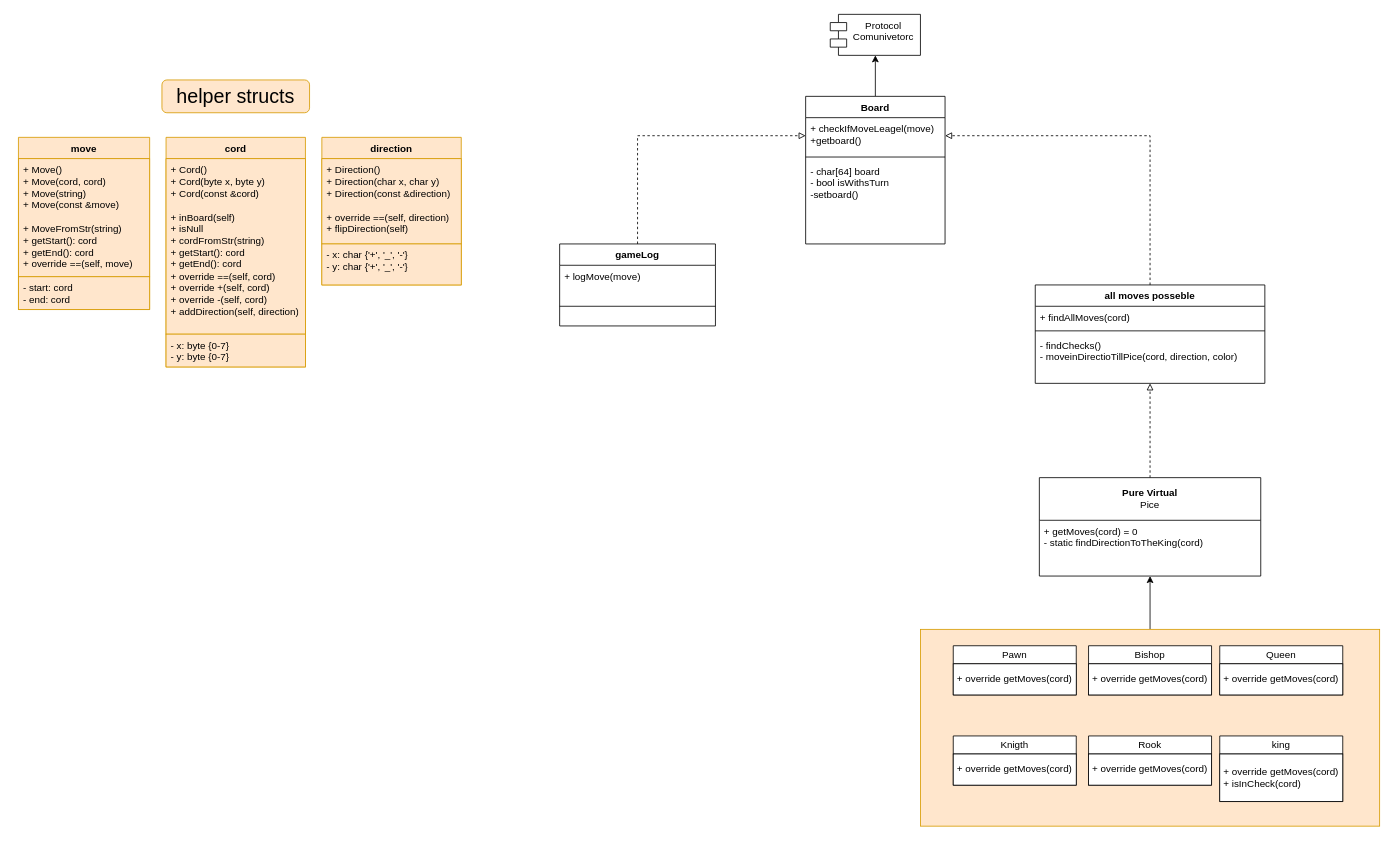
Before: Untitled Diagram.drawio in MikeMal13/MIkeMal13.Github.io, a draw.io diagram. Source tidied: cells renumbered, new cells numbered last; positions are measured from the earlier drawing's top-left corner, leaving out a move shared by most shapes. Both pictures are drawn from the tidied source at 82%, with x=0, y=0 at pixel (18, 14).
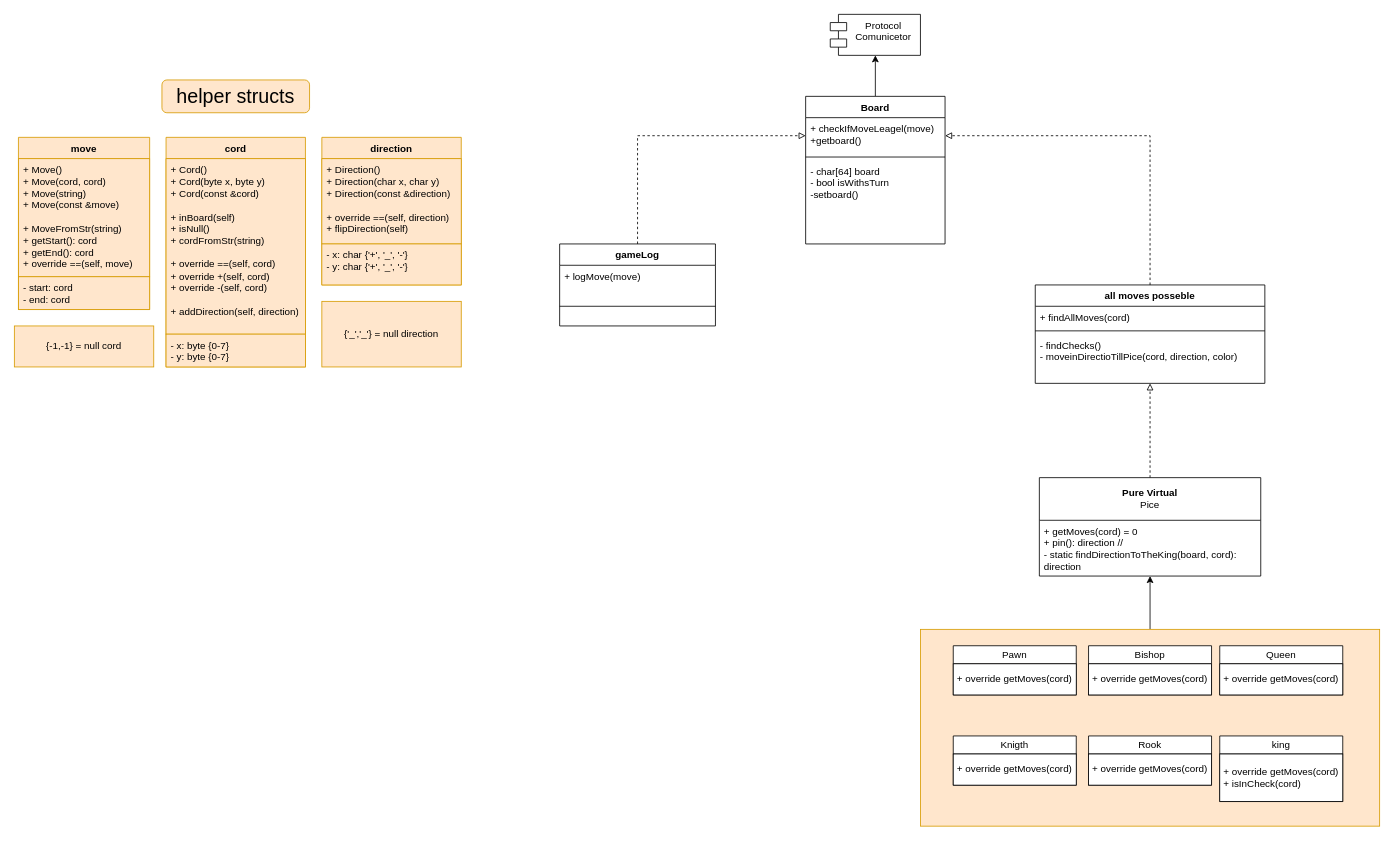
The same page after the edit.

Unchanged cells that the change refers to:
```xml
<mxCell id="15" value="&lt;b&gt;Pure&lt;/b&gt; &lt;b&gt;Virtual&lt;/b&gt;&lt;br&gt;Pice" style="swimlane;fontStyle=0;horizontal=1;startSize=52;fillColor=default;whiteSpace=wrap;html=1;swimlaneFillColor=default;" parent="1" vertex="1">
  <mxGeometry x="1245" y="565" width="270" height="120" as="geometry" />
</mxCell>
<mxCell id="33" value="cord" style="swimlane;fontStyle=1;align=center;verticalAlign=top;horizontal=1;startSize=26;whiteSpace=wrap;html=1;fillColor=#ffe6cc;strokeColor=#d79b00;" parent="1" vertex="1">
  <mxGeometry x="180" y="150" width="170" height="280" as="geometry" />
</mxCell>
```

What changed in the source:
```diff
@@
-    <mxCell id="16" value="&lt;div&gt;+ getMoves(cord) = 0&lt;/div&gt;&lt;div&gt;- static findDirectionToTheKing(cord)&lt;/div&gt;" style="text;strokeColor=none;fillColor=none;align=left;verticalAlign=top;spacingLeft=4;spacingRight=4;overflow=hidden;whiteSpace=wrap;html=1;" parent="15" vertex="1">
+    <mxCell id="16" value="&lt;div&gt;+ getMoves(cord) = 0&lt;/div&gt;&lt;div&gt;+ pin(): direction //  &lt;br&gt;&lt;/div&gt;&lt;div&gt;- static findDirectionToTheKing(board, cord): direction&lt;br&gt;&lt;/div&gt;" style="text;strokeColor=none;fillColor=none;align=left;verticalAlign=top;spacingLeft=4;spacingRight=4;overflow=hidden;whiteSpace=wrap;html=1;" parent="15" vertex="1">
       <mxGeometry y="52" width="270" height="68" as="geometry" />
     </mxCell>
@@
-    <mxCell id="34" value="&lt;div&gt;+ Cord()&lt;/div&gt;&lt;div&gt;+ Cord(byte x, byte y)&lt;/div&gt;&lt;div&gt;+ Cord(const &amp;amp;cord)&lt;br&gt;&lt;/div&gt;&lt;div&gt;&lt;br&gt;&lt;/div&gt;&lt;div&gt;+ inBoard(self)&lt;br&gt;&lt;/div&gt;&lt;div&gt;+ isNull&lt;br&gt;&lt;/div&gt;&lt;div&gt;+ cordFromStr(string)&lt;br&gt;&lt;/div&gt;&lt;div&gt;+ getStart(): cord&lt;/div&gt;&lt;div&gt;&lt;div&gt;+ getEnd(): cord&lt;br&gt;+ override ==(self, cord)&lt;/div&gt;+ override +(self, cord)&lt;/div&gt;&lt;div&gt;+ override -(self, cord)&lt;/div&gt;&lt;div&gt;+ addDirection(self, direction)&lt;br&gt;&lt;/div&gt;&lt;div&gt;&lt;br&gt;&lt;/div&gt;" style="text;strokeColor=#d79b00;fillColor=#ffe6cc;align=left;verticalAlign=top;spacingLeft=4;spacingRight=4;overflow=hidden;whiteSpace=wrap;html=1;" parent="33" vertex="1">
+    <mxCell id="34" value="&lt;div&gt;+ Cord()&lt;/div&gt;&lt;div&gt;+ Cord(byte x, byte y)&lt;/div&gt;&lt;div&gt;+ Cord(const &amp;amp;cord)&lt;br&gt;&lt;/div&gt;&lt;div&gt;&lt;br&gt;&lt;/div&gt;&lt;div&gt;+ inBoard(self)&lt;br&gt;&lt;/div&gt;&lt;div&gt;+ isNull()&lt;br&gt;&lt;/div&gt;&lt;div&gt;+ cordFromStr(string)&lt;/div&gt;&lt;div&gt;&lt;br&gt;&lt;/div&gt;&lt;div&gt;&lt;div&gt;+ override ==(self, cord)&lt;/div&gt;+ override +(self, cord)&lt;/div&gt;&lt;div&gt;+ override -(self, cord)&lt;/div&gt;&lt;div&gt;&lt;br&gt;&lt;/div&gt;&lt;div&gt;+ addDirection(self, direction)&lt;br&gt;&lt;/div&gt;" style="text;strokeColor=#d79b00;fillColor=#ffe6cc;align=left;verticalAlign=top;spacingLeft=4;spacingRight=4;overflow=hidden;whiteSpace=wrap;html=1;" parent="33" vertex="1">
       <mxGeometry y="26" width="170" height="214" as="geometry" />
     </mxCell>
@@
-    <mxCell id="43" value="&lt;div&gt;Protocol &lt;br&gt;&lt;/div&gt;&lt;div&gt;Comunivetorc&lt;/div&gt;" style="shape=module;align=left;spacingLeft=20;align=center;verticalAlign=top;whiteSpace=wrap;html=1;" parent="1" vertex="1">
+    <mxCell id="43" value="&lt;div&gt;Protocol &lt;br&gt;&lt;/div&gt;&lt;div&gt;Comunicetor&lt;/div&gt;" style="shape=module;align=left;spacingLeft=20;align=center;verticalAlign=top;whiteSpace=wrap;html=1;" parent="1" vertex="1">
       <mxGeometry x="990" width="110" height="50" as="geometry" />
     </mxCell>
+    <mxCell id="44" value="{'_','_'} = null direction" style="whiteSpace=wrap;html=1;fillColor=#ffe6cc;strokeColor=#d79b00;" parent="1" vertex="1">
+      <mxGeometry x="370" y="350" width="170" height="80" as="geometry" />
+    </mxCell>
+    <mxCell id="45" value="{-1,-1} = null cord" style="whiteSpace=wrap;html=1;fillColor=#ffe6cc;strokeColor=#d79b00;" parent="1" vertex="1">
+      <mxGeometry x="-5" y="380" width="170" height="50" as="geometry" />
+    </mxCell>
```
